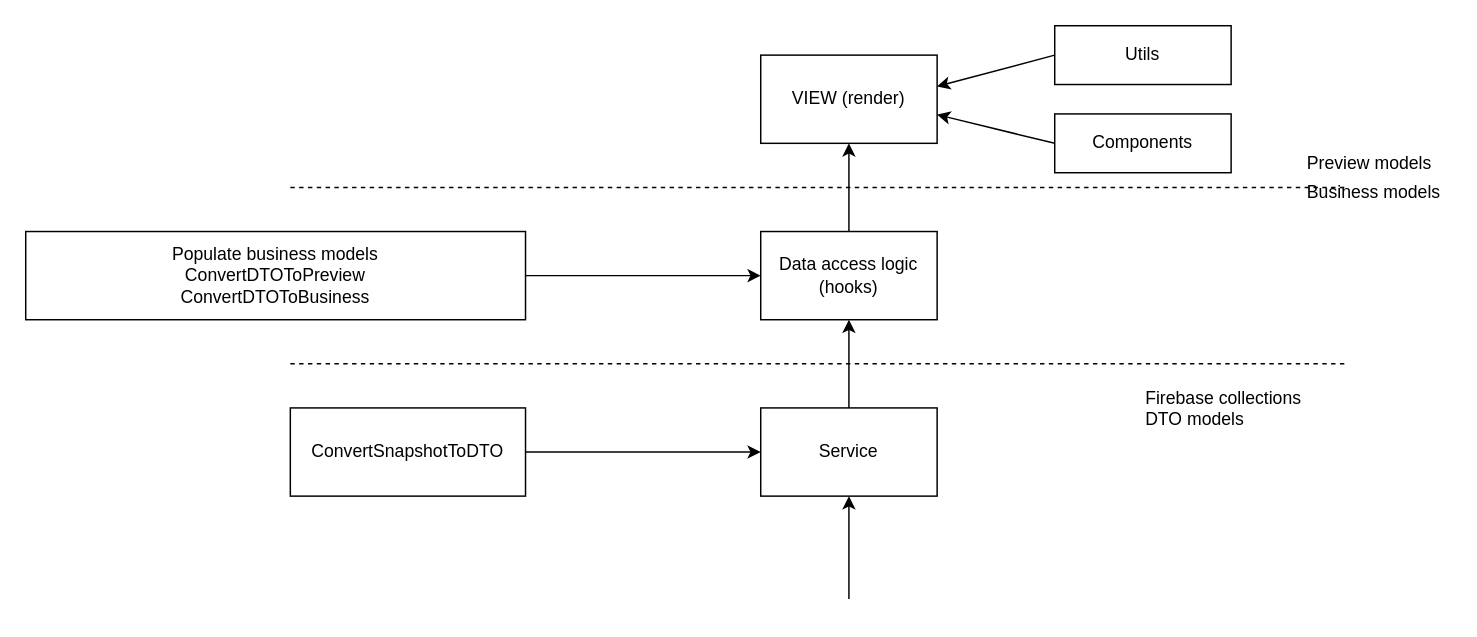
Above: docs/architecture.drawio in tritonJS826/masters-way (draw.io), before the change. Source tidied: cells renumbered, new cells numbered last; positions are measured from the earlier drawing's top-left corner, leaving out a move shared by most shapes. Both pictures are drawn from the tidied source at 147%, with x=0, y=0 at pixel (25, 25).
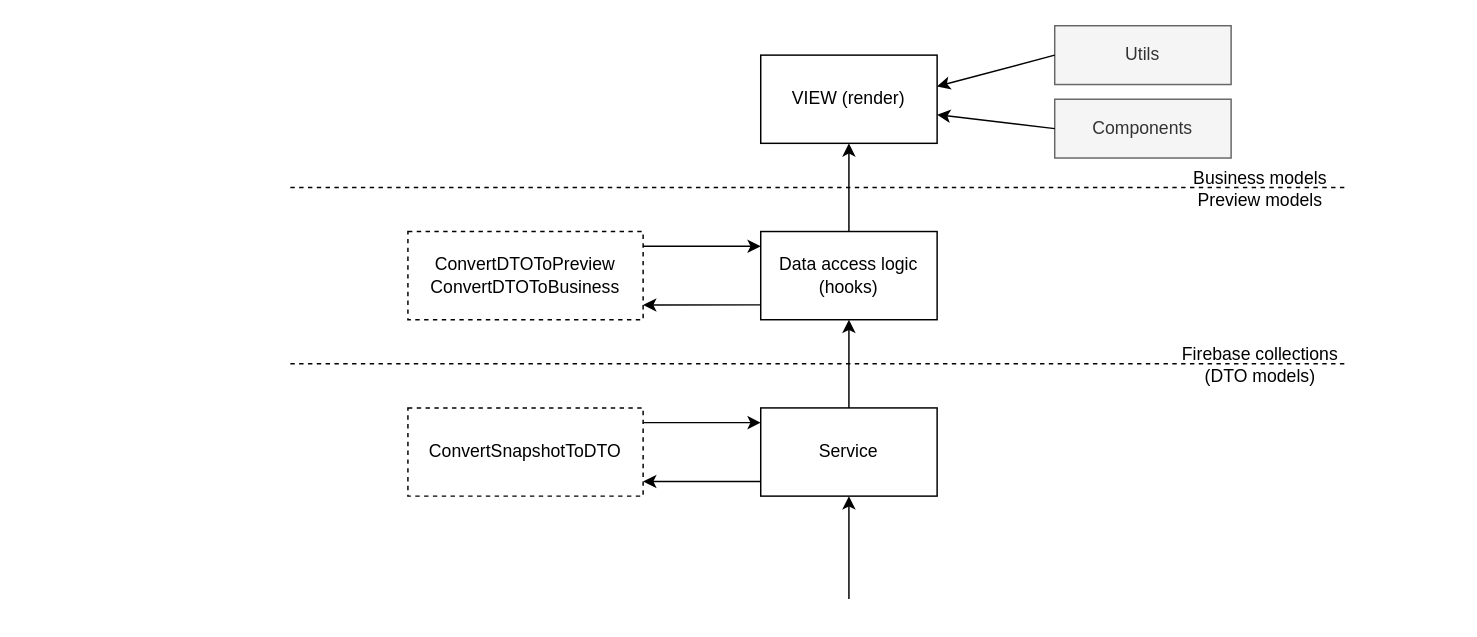
The same page after the edit.

Unchanged cells that the change refers to:
```xml
<mxCell id="4" value="Service" style="html=1;whiteSpace=wrap;" parent="1" vertex="1">
  <mxGeometry x="500" y="260" width="120" height="60" as="geometry" />
</mxCell>
<mxCell id="5" value="Data access logic (hooks)" style="html=1;whiteSpace=wrap;" parent="1" vertex="1">
  <mxGeometry x="500" y="140" width="120" height="60" as="geometry" />
</mxCell>
```

The edit, as a diff of the source:
```diff
@@
-    <mxCell id="8" style="endArrow=classic;html=1;rounded=0;entryX=0;entryY=0.5;entryDx=0;entryDy=0;exitX=1;exitY=0.5;exitDx=0;exitDy=0;" parent="1" edge="1" source="9" target="4">
-      <mxGeometry relative="1" as="geometry" />
+    <mxCell id="8" style="endArrow=classic;html=1;rounded=0;entryX=0;entryY=0.5;entryDx=0;entryDy=0;" parent="1" edge="1">
+      <mxGeometry relative="1" as="geometry">
+        <mxPoint x="420" y="270" as="sourcePoint" />
+        <mxPoint x="500" y="270" as="targetPoint" />
+      </mxGeometry>
     </mxCell>
-    <mxCell id="9" value="ConvertSnapshotToDTO" style="html=1;whiteSpace=wrap;" parent="1" vertex="1">
-      <mxGeometry x="180" y="260" width="160" height="60" as="geometry" />
+    <mxCell id="9" value="ConvertSnapshotToDTO" style="html=1;whiteSpace=wrap;dashed=1;" parent="1" vertex="1">
+      <mxGeometry x="260" y="260" width="160" height="60" as="geometry" />
     </mxCell>
@@
-    <mxCell id="12" style="endArrow=classic;html=1;rounded=0;entryX=0;entryY=0.5;entryDx=0;entryDy=0;exitX=1;exitY=0.5;exitDx=0;exitDy=0;" parent="1" edge="1" source="13" target="5">
-      <mxGeometry relative="1" as="geometry" />
-    </mxCell>
-    <mxCell id="13" value="Populate business models&lt;br&gt;ConvertDTOToPreview&lt;br&gt;ConvertDTOToBusiness" style="html=1;whiteSpace=wrap;" parent="1" vertex="1">
-      <mxGeometry y="140" width="340" height="60" as="geometry" />
+    <mxCell id="13" value="ConvertDTOToPreview&lt;br&gt;ConvertDTOToBusiness" style="html=1;whiteSpace=wrap;dashed=1;" parent="1" vertex="1">
+      <mxGeometry x="260" y="140" width="160" height="60" as="geometry" />
     </mxCell>
-    <mxCell id="14" value="Components" style="html=1;whiteSpace=wrap;" parent="1" vertex="1">
-      <mxGeometry x="700" y="60" width="120" height="40" as="geometry" />
+    <mxCell id="14" value="Components" style="html=1;whiteSpace=wrap;fillColor=#f5f5f5;fontColor=#333333;strokeColor=#666666;" parent="1" vertex="1">
+      <mxGeometry x="700" y="50" width="120" height="40" as="geometry" />
     </mxCell>
@@
-    <mxCell id="16" value="Utils" style="html=1;whiteSpace=wrap;" parent="1" vertex="1">
+    <mxCell id="16" value="Utils" style="html=1;whiteSpace=wrap;fillColor=#f5f5f5;fontColor=#333333;strokeColor=#666666;" parent="1" vertex="1">
       <mxGeometry x="700" width="120" height="40" as="geometry" />
     </mxCell>
@@
-    <mxCell id="18" value="Preview models" style="text;whiteSpace=wrap;html=1;" parent="1" vertex="1">
-      <mxGeometry x="870" y="80" width="100" height="30" as="geometry" />
-    </mxCell>
-    <mxCell id="19" value="Business models" style="text;whiteSpace=wrap;html=1;" parent="1" vertex="1">
-      <mxGeometry x="870" y="100" width="100" height="30" as="geometry" />
-    </mxCell>
-    <mxCell id="20" value="&lt;div&gt;Firebase collections&lt;/div&gt;&lt;div&gt;DTO models&lt;/div&gt;" style="text;whiteSpace=wrap;html=1;" parent="1" vertex="1">
-      <mxGeometry x="760" y="240" width="190" height="40" as="geometry" />
-    </mxCell>
+    <mxCell id="21" style="endArrow=classic;html=1;rounded=0;exitX=1;exitY=0.5;exitDx=0;exitDy=0;" parent="1" edge="1">
+      <mxGeometry relative="1" as="geometry">
+        <mxPoint x="500" y="310" as="sourcePoint" />
+        <mxPoint x="420" y="310" as="targetPoint" />
+      </mxGeometry>
+    </mxCell>
+    <mxCell id="22" style="endArrow=classic;html=1;rounded=0;entryX=0;entryY=0.5;entryDx=0;entryDy=0;" parent="1" edge="1">
+      <mxGeometry relative="1" as="geometry">
+        <mxPoint x="420" y="150" as="sourcePoint" />
+        <mxPoint x="500" y="150" as="targetPoint" />
+      </mxGeometry>
+    </mxCell>
+    <mxCell id="23" style="endArrow=classic;html=1;rounded=0;exitX=1;exitY=0.5;exitDx=0;exitDy=0;" parent="1" edge="1">
+      <mxGeometry relative="1" as="geometry">
+        <mxPoint x="500" y="189.9" as="sourcePoint" />
+        <mxPoint x="420" y="190" as="targetPoint" />
+      </mxGeometry>
+    </mxCell>
+    <mxCell id="24" value="Business models&lt;br&gt;Preview models" style="text;html=1;strokeColor=none;fillColor=none;align=center;verticalAlign=middle;whiteSpace=wrap;rounded=0;" parent="1" vertex="1">
+      <mxGeometry x="780" y="96" width="120" height="30" as="geometry" />
+    </mxCell>
+    <mxCell id="25" value="Firebase collections (DTO models)" style="text;html=1;strokeColor=none;fillColor=none;align=center;verticalAlign=middle;whiteSpace=wrap;rounded=0;" parent="1" vertex="1">
+      <mxGeometry x="780" y="216" width="120" height="30" as="geometry" />
+    </mxCell>
```
